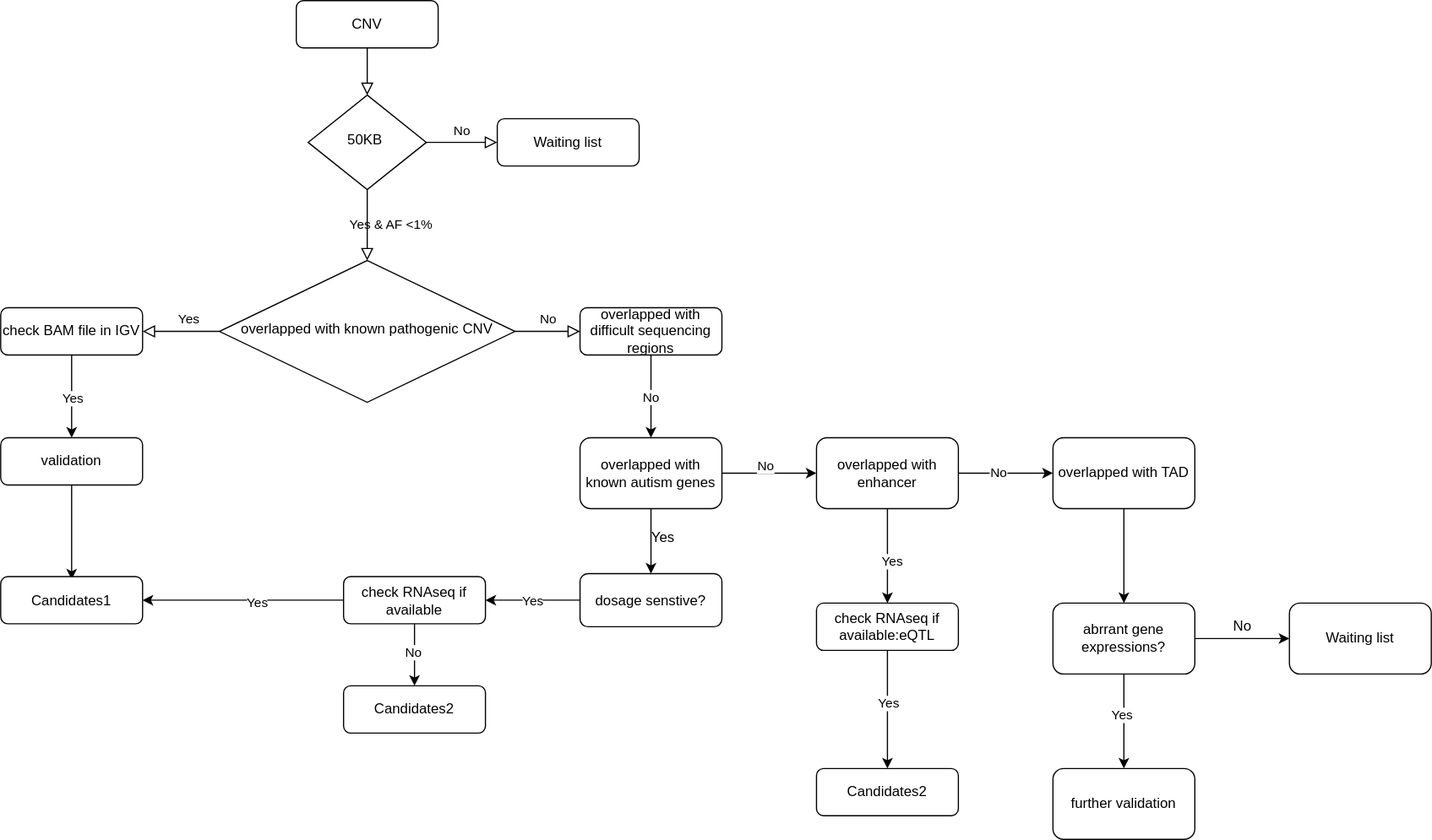
ShirleyLiu-BCH/workflow keeps this draw.io diagram as Untitled Diagram.drawio.svg. Above is the earlier version. Source tidied: cells renumbered, new cells last; positions are measured from the earlier drawing's top-left corner, leaving out a move shared by most shapes.
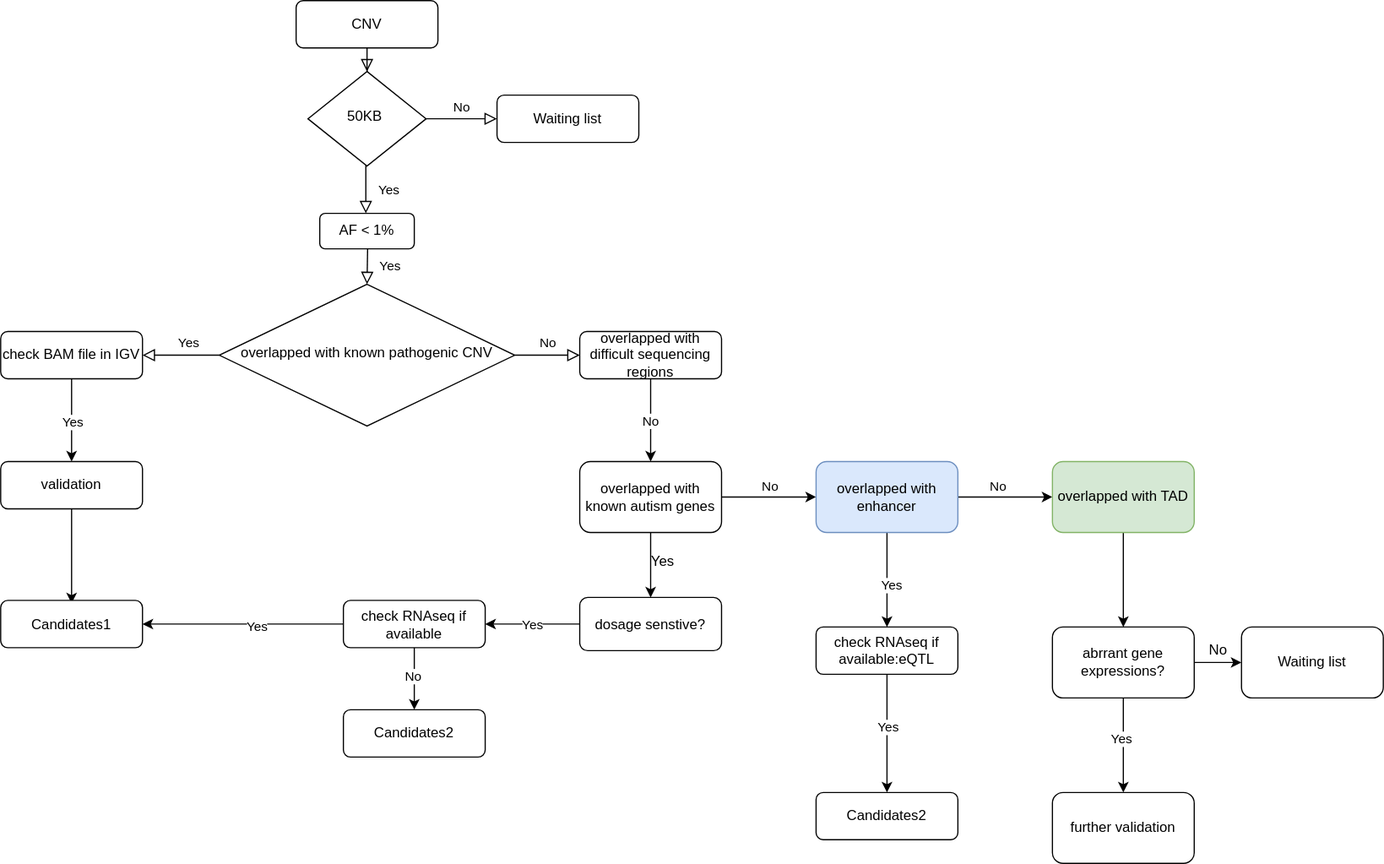
The same file after the commit.

The edit, as a diff of the source:
```diff
@@ -6,19 +6,24 @@
       <mxGeometry relative="1" as="geometry" />
     </mxCell>
     <mxCell id="3" value="CNV" style="rounded=1;whiteSpace=wrap;html=1;fontSize=12;glass=0;strokeWidth=1;shadow=0;" parent="1" vertex="1">
-      <mxGeometry x="250" width="120" height="40" as="geometry" />
+      <mxGeometry x="250" y="-20" width="120" height="40" as="geometry" />
     </mxCell>
-    <mxCell id="4" value="Yes &amp;amp; AF &amp;lt;1%" style="rounded=0;html=1;jettySize=auto;fontSize=11;endArrow=block;endFill=0;endSize=8;strokeWidth=1;shadow=0;labelBackgroundColor=none;edgeStyle=orthogonalEdgeStyle;" parent="1" edge="1" source="6" target="10">
-      <mxGeometry y="20" relative="1" as="geometry" />
+    <mxCell id="4" value="Yes&amp;nbsp;" style="rounded=0;html=1;jettySize=auto;fontSize=11;endArrow=block;endFill=0;endSize=8;strokeWidth=1;shadow=0;labelBackgroundColor=none;edgeStyle=orthogonalEdgeStyle;exitX=0.5;exitY=1;exitDx=0;exitDy=0;" parent="1" edge="1" source="6">
+      <mxGeometry x="0.02" y="21" relative="1" as="geometry">
+        <mxPoint x="309" y="160" as="targetPoint" />
+        <Array as="points">
+          <mxPoint x="309" y="120" />
+        </Array>
+      </mxGeometry>
     </mxCell>
     <mxCell id="5" value="No" style="edgeStyle=orthogonalEdgeStyle;rounded=0;html=1;jettySize=auto;fontSize=11;endArrow=block;endFill=0;endSize=8;strokeWidth=1;shadow=0;labelBackgroundColor=none;" parent="1" edge="1" source="6" target="7">
       <mxGeometry y="10" relative="1" as="geometry" />
     </mxCell>
     <mxCell id="6" value="50KB&amp;nbsp;" style="rhombus;whiteSpace=wrap;html=1;shadow=0;fontFamily=Helvetica;fontSize=12;align=center;strokeWidth=1;spacing=6;spacingTop=-4;" parent="1" vertex="1">
-      <mxGeometry x="260" y="80" width="100" height="80" as="geometry" />
+      <mxGeometry x="260" y="40" width="100" height="80" as="geometry" />
     </mxCell>
     <mxCell id="7" value="Waiting list" style="rounded=1;whiteSpace=wrap;html=1;fontSize=12;glass=0;strokeWidth=1;shadow=0;" parent="1" vertex="1">
-      <mxGeometry x="420" y="100" width="120" height="40" as="geometry" />
+      <mxGeometry x="420" y="60" width="120" height="40" as="geometry" />
     </mxCell>
     <mxCell id="8" value="Yes" style="rounded=0;html=1;jettySize=auto;fontSize=11;endArrow=block;endFill=0;endSize=8;strokeWidth=1;shadow=0;labelBackgroundColor=none;edgeStyle=orthogonalEdgeStyle;exitX=0;exitY=0.5;exitDx=0;exitDy=0;" parent="1" edge="1" source="10" target="13">
       <mxGeometry x="-0.2" y="-10" relative="1" as="geometry" />
@@ -62,7 +67,9 @@
       <mxGeometry relative="1" as="geometry" />
     </mxCell>
     <mxCell id="21" value="No" style="edgeLabel;html=1;align=center;verticalAlign=middle;" parent="20" vertex="1">
-      <mxGeometry x="-0.1" y="7" relative="1" as="geometry" />
+      <mxGeometry x="-0.1" y="7" relative="1" as="geometry">
+        <mxPoint x="4" y="-3" as="offset" />
+      </mxGeometry>
     </mxCell>
     <mxCell id="22" style="edgeStyle=orthogonalEdgeStyle;rounded=0;jettySize=auto;html=1;" parent="1" edge="1" source="23" target="31">
       <mxGeometry relative="1" as="geometry" />
@@ -80,9 +87,11 @@
       <mxGeometry relative="1" as="geometry" />
     </mxCell>
     <mxCell id="27" value="No" style="edgeLabel;html=1;align=center;verticalAlign=middle;" parent="26" vertex="1">
-      <mxGeometry x="-0.17" y="1" relative="1" as="geometry" />
+      <mxGeometry x="-0.17" y="1" relative="1" as="geometry">
+        <mxPoint y="-9" as="offset" />
+      </mxGeometry>
     </mxCell>
-    <mxCell id="28" value="overlapped with enhancer" style="whiteSpace=wrap;html=1;rounded=1;glass=0;strokeWidth=1;shadow=0;" parent="1" vertex="1">
+    <mxCell id="28" value="overlapped with enhancer" style="whiteSpace=wrap;html=1;rounded=1;glass=0;strokeWidth=1;shadow=0;fillColor=#dae8fc;strokeColor=#6c8ebf;" parent="1" vertex="1">
       <mxGeometry x="690" y="370" width="120" height="60" as="geometry" />
     </mxCell>
     <mxCell id="29" style="edgeStyle=orthogonalEdgeStyle;rounded=0;jettySize=auto;html=1;" parent="1" edge="1" source="31" target="37">
@@ -141,7 +150,7 @@
     <mxCell id="45" style="edgeStyle=orthogonalEdgeStyle;rounded=0;jettySize=auto;html=1;" parent="1" edge="1" source="46" target="50">
       <mxGeometry relative="1" as="geometry" />
     </mxCell>
-    <mxCell id="46" value="overlapped with TAD" style="whiteSpace=wrap;html=1;rounded=1;glass=0;strokeWidth=1;shadow=0;" parent="1" vertex="1">
+    <mxCell id="46" value="overlapped with TAD" style="whiteSpace=wrap;html=1;rounded=1;glass=0;strokeWidth=1;shadow=0;fillColor=#d5e8d4;strokeColor=#82b366;" parent="1" vertex="1">
       <mxGeometry x="890" y="370" width="120" height="60" as="geometry" />
     </mxCell>
     <mxCell id="47" style="edgeStyle=orthogonalEdgeStyle;rounded=0;jettySize=auto;html=1;" parent="1" edge="1" source="50" target="51">
@@ -160,10 +169,18 @@
       <mxGeometry x="890" y="650" width="120" height="60" as="geometry" />
     </mxCell>
     <mxCell id="52" value="Waiting list" style="whiteSpace=wrap;html=1;rounded=1;glass=0;strokeWidth=1;shadow=0;" parent="1" vertex="1">
-      <mxGeometry x="1090" y="510" width="120" height="60" as="geometry" />
+      <mxGeometry x="1050" y="510" width="120" height="60" as="geometry" />
     </mxCell>
     <mxCell id="53" value="No" style="text;html=1;align=center;verticalAlign=middle;strokeColor=none;fillColor=none;" parent="1" vertex="1">
-      <mxGeometry x="1030" y="515" width="40" height="30" as="geometry" />
+      <mxGeometry x="1010" y="515" width="40" height="30" as="geometry" />
     </mxCell>
+    <mxCell id="54" value="AF &amp;lt; 1%" style="rounded=1;whiteSpace=wrap;html=1;" parent="1" vertex="1">
+      <mxGeometry x="270" y="160" width="80" height="30" as="geometry" />
+    </mxCell>
+    <mxCell id="55" value="Yes&amp;nbsp;" style="rounded=0;html=1;jettySize=auto;fontSize=11;endArrow=block;endFill=0;endSize=8;strokeWidth=1;shadow=0;labelBackgroundColor=none;edgeStyle=orthogonalEdgeStyle;exitX=0.5;exitY=1;exitDx=0;exitDy=0;entryX=0.5;entryY=0;entryDx=0;entryDy=0;" parent="1" edge="1" target="10">
+      <mxGeometry x="0.02" y="21" relative="1" as="geometry">
+        <mxPoint x="310.5" y="190" as="sourcePoint" />
+      </mxGeometry>
+    </mxCell>
   </root>
 </mxGraphModel>
```
